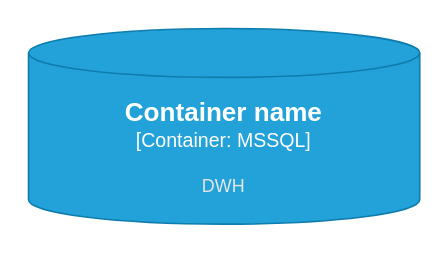
Earlier version of the draw.io diagram Task1/Диаграмма без названия.drawio (Laborant90/architecture-future_2_0). Source tidied: cells renumbered, new cells numbered last; positions are measured from the earlier drawing's top-left corner, leaving out a move shared by most shapes. Both pictures are drawn from the tidied source at 163%, with x=0, y=0 at pixel (28, 28).
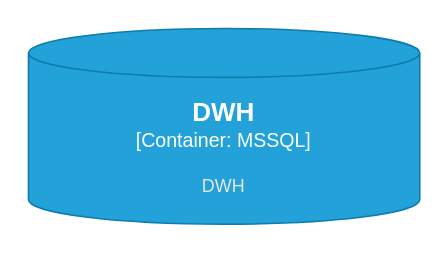
The same diagram, later.

The edit, as a diff of the source:
```diff
@@
 <mxGraphModel>
   <root>
     <mxCell id="0" />
     <mxCell id="1" parent="0" />
-    <object id="2" label="&lt;font style=&quot;font-size: 16px&quot;&gt;&lt;b&gt;%c4Name%&lt;/b&gt;&lt;/font&gt;&lt;div&gt;[%c4Type%:&amp;nbsp;%c4Technology%]&lt;/div&gt;&lt;br&gt;&lt;div&gt;&lt;font style=&quot;font-size: 11px&quot;&gt;&lt;font color=&quot;#E6E6E6&quot;&gt;%c4Description%&lt;/font&gt;&lt;/div&gt;" c4Description="DWH" c4Name="Container name" c4Technology="MSSQL" c4Type="Container" placeholders="1">
+    <object id="2" label="&lt;font style=&quot;font-size: 16px&quot;&gt;&lt;b&gt;%c4Name%&lt;/b&gt;&lt;/font&gt;&lt;div&gt;[%c4Type%:&amp;nbsp;%c4Technology%]&lt;/div&gt;&lt;br&gt;&lt;div&gt;&lt;font style=&quot;font-size: 11px&quot;&gt;&lt;font color=&quot;#E6E6E6&quot;&gt;%c4Description%&lt;/font&gt;&lt;/div&gt;" c4Description="DWH" c4Name="DWH" c4Technology="MSSQL" c4Type="Container" placeholders="1">
       <mxCell style="shape=cylinder3;size=15;whiteSpace=wrap;html=1;boundedLbl=1;rounded=0;labelBackgroundColor=none;fillColor=#23A2D9;fontSize=12;fontColor=#ffffff;align=center;strokeColor=#0E7DAD;" parent="1" vertex="1">
         <mxGeometry width="240" height="120" as="geometry" />
       </mxCell>
     </object>
   </root>
 </mxGraphModel>
```
